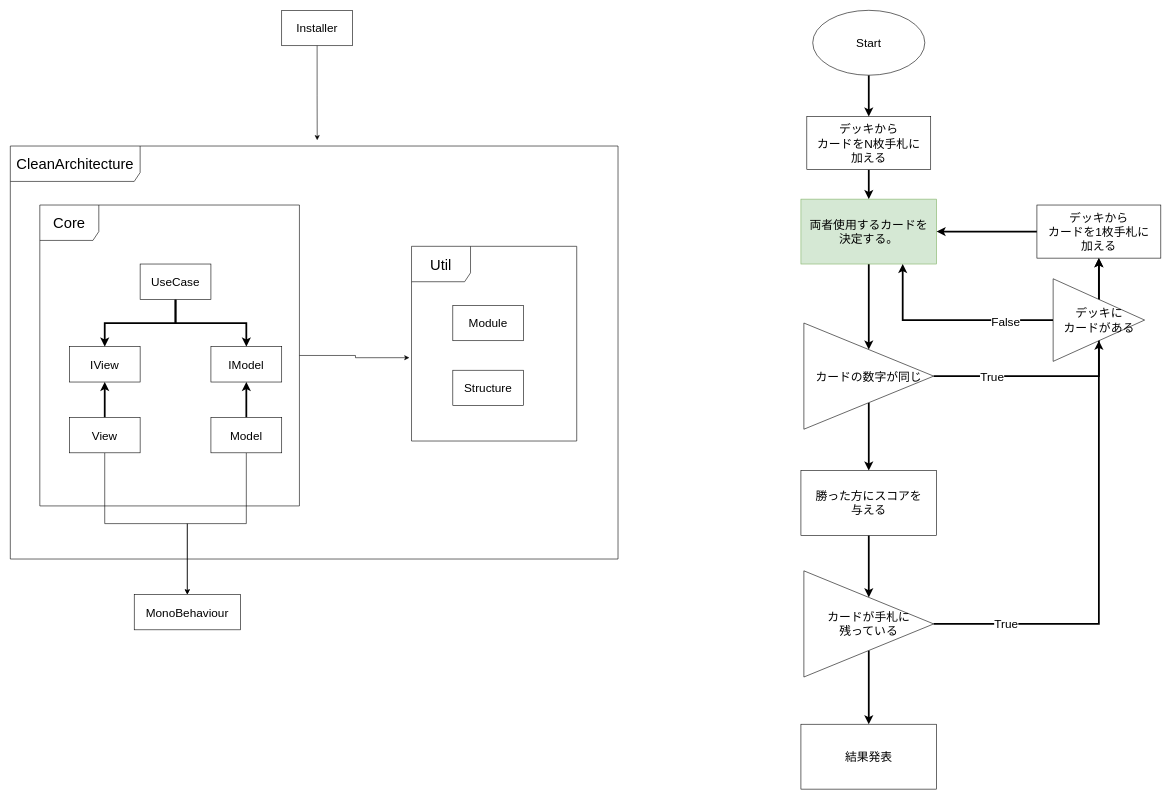
This is 2025winterGamejam/Docs/ClassDependency.drawio from ShotaKasuya/Team12025WinterGameJam, a draw.io file, before an edit. Source tidied: cells renumbered, new cells numbered last; positions are measured from the earlier drawing's top-left corner, leaving out a move shared by most shapes. Both pictures are drawn from the tidied source at 59%, with x=0, y=0 at pixel (10, 10).
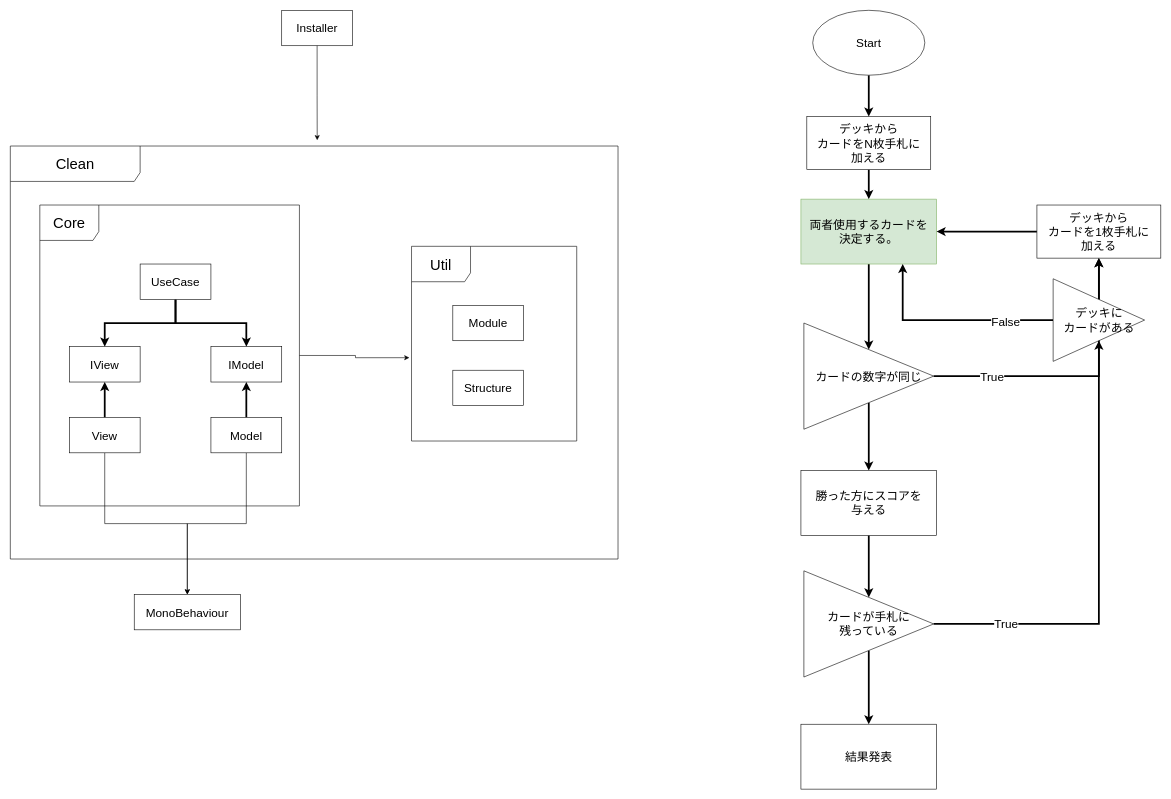
The same page after the edit.

What changed in the source:
```diff
@@
-    <mxCell id="41" value="CleanArchitecture" style="shape=umlFrame;whiteSpace=wrap;html=1;width=220;height=60;fontSize=25;" parent="1" vertex="1">
+    <mxCell id="41" value="Clean" style="shape=umlFrame;whiteSpace=wrap;html=1;width=220;height=60;fontSize=25;" parent="1" vertex="1">
       <mxGeometry y="230" width="1030" height="700" as="geometry" />
     </mxCell>
```
